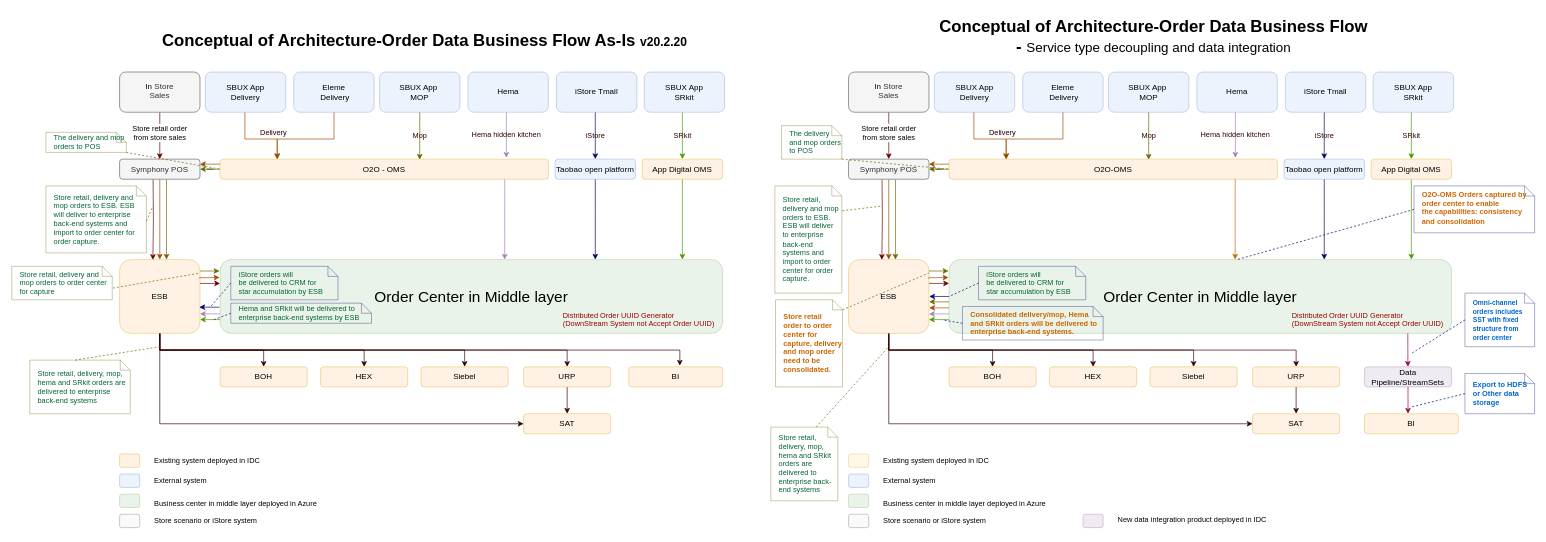
Above: page "B - Order Center" (2 of 5) of Mid Layer Platform Order Business Flow Arch.drawio in sotheair/designs (draw.io), before the change. Source tidied: cells renumbered, new cells numbered last; positions are measured from the earlier drawing's top-left corner, leaving out a move shared by most shapes. Both pictures are drawn from the tidied source at 67%, with x=0, y=0 at pixel (11, 11).
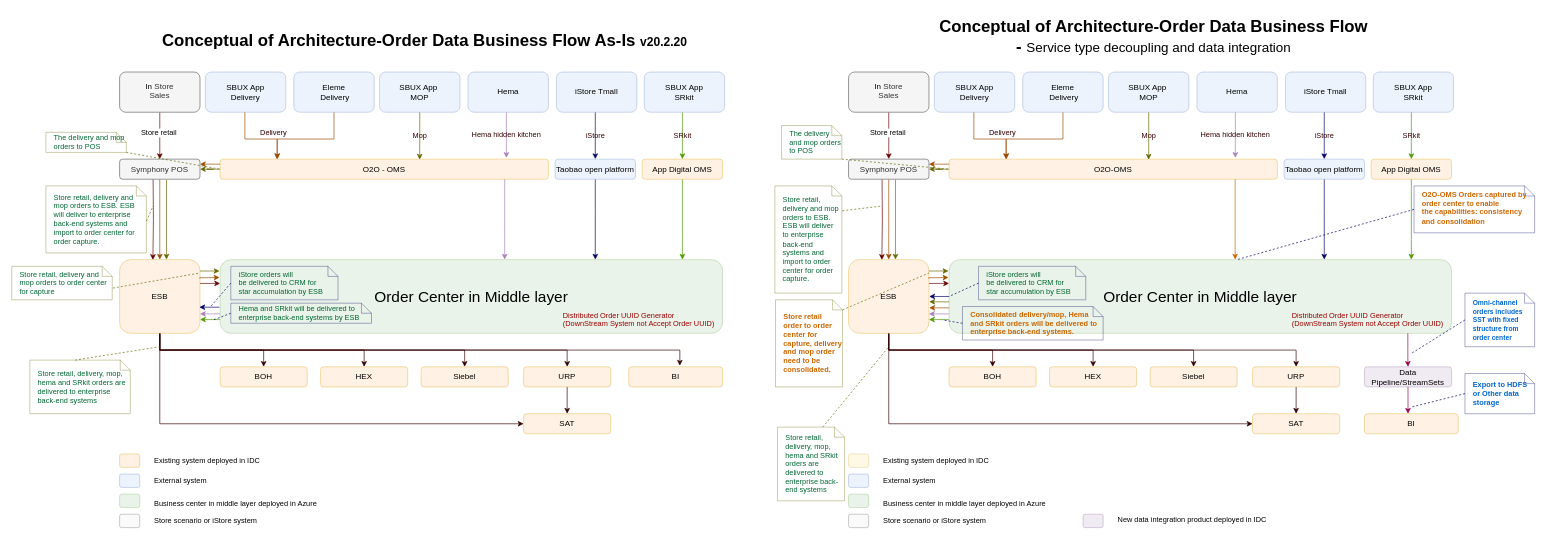
The same diagram, later.

The change refers to these unchanged cells:
```xml
<mxCell id="5" value="&lt;span style=&quot;font: 12px / 1.2 &amp;#34;helvetica&amp;#34; ; color: rgb(0 , 0 , 0) ; text-transform: none ; text-indent: 0px ; letter-spacing: normal ; text-decoration: none ; word-spacing: 0px ; display: inline ; white-space: normal ; float: none ; overflow-wrap: normal ; background-color: rgb(248 , 249 , 250)&quot;&gt;In &lt;/span&gt;Store&lt;br&gt;Sales&lt;br&gt;&amp;nbsp;" style="rounded=1;whiteSpace=wrap;html=1;fillColor=#f5f5f5;align=center;verticalAlign=bottom;strokeColor=#666666;fontColor=#333333;" parent="1" vertex="1">
  <mxGeometry x="161" y="90" width="120" height="60" as="geometry" />
</mxCell>
<mxCell id="23" value="Symphony POS" style="rounded=1;whiteSpace=wrap;html=1;fillColor=#f5f5f5;strokeColor=#666666;fontColor=#333333;" parent="1" vertex="1">
  <mxGeometry x="161" y="220" width="120" height="30" as="geometry" />
</mxCell>
<mxCell id="74" value="&lt;span style=&quot;font: 12px / 1.2 &amp;#34;helvetica&amp;#34; ; color: rgb(0 , 0 , 0) ; text-transform: none ; text-indent: 0px ; letter-spacing: normal ; text-decoration: none ; word-spacing: 0px ; display: inline ; white-space: normal ; float: none ; overflow-wrap: normal ; background-color: rgb(248 , 249 , 250)&quot;&gt;In &lt;/span&gt;Store&lt;br&gt;Sales&lt;br&gt;&amp;nbsp;" style="rounded=1;whiteSpace=wrap;html=1;fillColor=#f5f5f5;align=center;verticalAlign=bottom;strokeColor=#666666;fontColor=#333333;" parent="1" vertex="1">
  <mxGeometry x="1249" y="90" width="120" height="60" as="geometry" />
</mxCell>
<mxCell id="91" value="Symphony POS" style="rounded=1;whiteSpace=wrap;html=1;fillColor=#f5f5f5;strokeColor=#666666;fontColor=#333333;" parent="1" vertex="1">
  <mxGeometry x="1249" y="220" width="120" height="30" as="geometry" />
</mxCell>
```

Diff of the diagram source:
```diff
@@
-    <mxCell id="4" value="&lt;span style=&quot;font-weight: normal&quot;&gt;Store retail order&lt;br&gt;from store sales&lt;/span&gt;" style="edgeStyle=orthogonalEdgeStyle;rounded=0;jettySize=auto;html=1;exitX=0.5;exitY=1;exitDx=0;exitDy=0;fontStyle=1;strokeColor=#660000;" parent="1" edge="1" source="5" target="23">
+    <mxCell id="4" value="&lt;span style=&quot;font-weight: normal&quot;&gt;Store retail&amp;nbsp;&lt;/span&gt;" style="edgeStyle=orthogonalEdgeStyle;rounded=0;jettySize=auto;html=1;exitX=0.5;exitY=1;exitDx=0;exitDy=0;fontStyle=1;strokeColor=#660000;" parent="1" edge="1" source="5" target="23">
       <mxGeometry x="-0.14" relative="1" as="geometry">
         <mxPoint y="1" as="offset" />
       </mxGeometry>
     </mxCell>
@@
-    <mxCell id="73" value="&lt;span style=&quot;font-weight: normal&quot;&gt;Store retail order&lt;br&gt;from store sales&lt;/span&gt;" style="edgeStyle=orthogonalEdgeStyle;rounded=0;jettySize=auto;html=1;exitX=0.5;exitY=1;exitDx=0;exitDy=0;fontStyle=1;strokeColor=#660000;" parent="1" edge="1" source="74" target="91">
+    <mxCell id="73" value="&lt;span style=&quot;font-weight: normal&quot;&gt;Store retail&amp;nbsp;&lt;br&gt;&lt;/span&gt;" style="edgeStyle=orthogonalEdgeStyle;rounded=0;jettySize=auto;html=1;exitX=0.5;exitY=1;exitDx=0;exitDy=0;fontStyle=1;strokeColor=#660000;" parent="1" edge="1" source="74" target="91">
       <mxGeometry x="-0.14" relative="1" as="geometry">
         <mxPoint y="1" as="offset" />
       </mxGeometry>
     </mxCell>
@@
     <mxCell id="129" value="&lt;span style=&quot;color: rgb(0 , 102 , 51)&quot;&gt;Store retail, delivery, mop, hema and SRkit orders are delivered to enterprise back-end systems&lt;/span&gt;" style="shape=note;size=15;align=left;spacingLeft=10;html=1;whiteSpace=wrap;strokeColor=#666600;fillColor=none;fontSize=11;fontColor=none;opacity=50;" parent="1" vertex="1">
-      <mxGeometry x="1133" y="620" width="100" height="110" as="geometry" />
+      <mxGeometry x="1143" y="620" width="100" height="110" as="geometry" />
     </mxCell>
```
